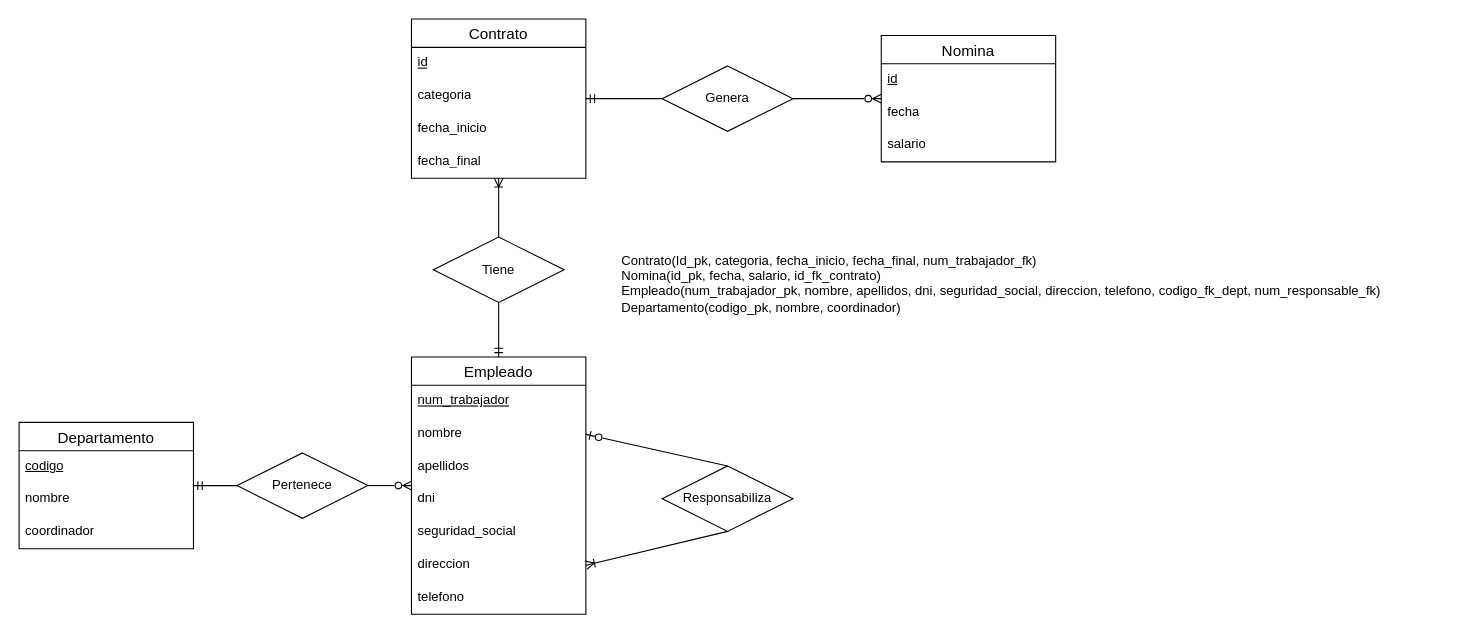
Before: TA12Ej7.drawio in AlejandroCara/acr-tsys-modeloER-drawio-1110, a draw.io diagram. Source tidied: cells renumbered, new cells numbered last; positions are measured from the earlier drawing's top-left corner, leaving out a move shared by most shapes. Both pictures are drawn from the tidied source at 109%, with x=0, y=0 at pixel (19, 19).
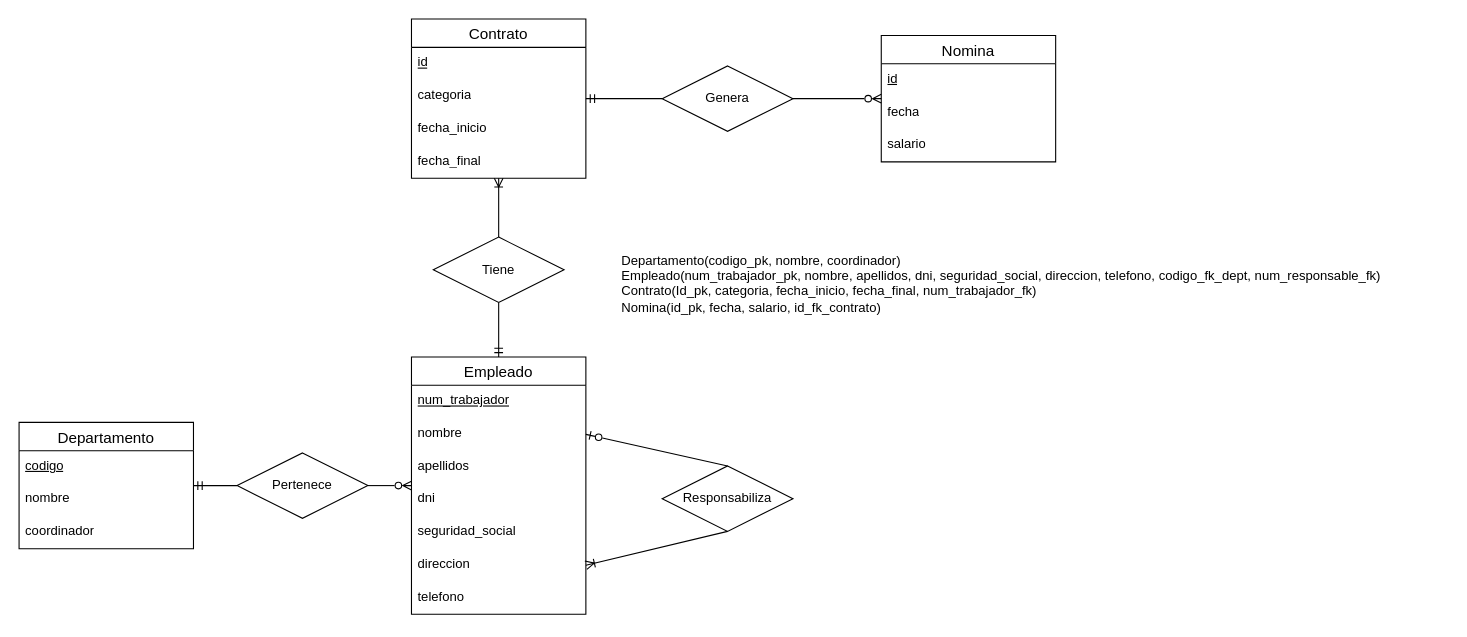
Above is the later version.

The edit, as a diff of the source:
```diff
@@
-    <mxCell id="35" value="&lt;div align=&quot;left&quot;&gt;Contrato(Id_pk, categoria, fecha_inicio, fecha_final, num_trabajador_fk)&lt;/div&gt;&lt;div align=&quot;left&quot;&gt;Nomina(id_pk, fecha, salario, id_fk_contrato)&lt;/div&gt;&lt;div align=&quot;left&quot;&gt;Empleado(num_trabajador_pk, nombre, apellidos, dni, seguridad_social, direccion, telefono, codigo_fk_dept, num_responsable_fk)&lt;/div&gt;&lt;div align=&quot;left&quot;&gt;Departamento(codigo_pk, nombre, coordinador)&lt;/div&gt;&lt;div align=&quot;left&quot;&gt;&lt;br&gt;&lt;/div&gt;" style="text;html=1;strokeColor=none;fillColor=none;align=left;verticalAlign=middle;whiteSpace=wrap;rounded=0;" parent="1" vertex="1">
+    <mxCell id="35" value="&lt;div align=&quot;left&quot;&gt;&lt;div style=&quot;border-color: var(--border-color);&quot; align=&quot;left&quot;&gt;Departamento(codigo_pk, nombre, coordinador)&lt;/div&gt;&lt;div style=&quot;border-color: var(--border-color);&quot; align=&quot;left&quot;&gt;&lt;span style=&quot;background-color: initial;&quot;&gt;Empleado(num_trabajador_pk, nombre, apellidos, dni, seguridad_social, direccion, telefono, codigo_fk_dept, num_responsable_fk)&lt;/span&gt;&lt;/div&gt;&lt;/div&gt;&lt;div align=&quot;left&quot;&gt;Contrato(Id_pk, categoria, fecha_inicio, fecha_final, num_trabajador_fk)&lt;/div&gt;&lt;div align=&quot;left&quot;&gt;Nomina(id_pk, fecha, salario, id_fk_contrato)&lt;/div&gt;&lt;div align=&quot;left&quot;&gt;&lt;br&gt;&lt;/div&gt;" style="text;html=1;strokeColor=none;fillColor=none;align=left;verticalAlign=middle;whiteSpace=wrap;rounded=0;" parent="1" vertex="1">
       <mxGeometry x="551" y="170" width="760" height="160" as="geometry" />
     </mxCell>
```
